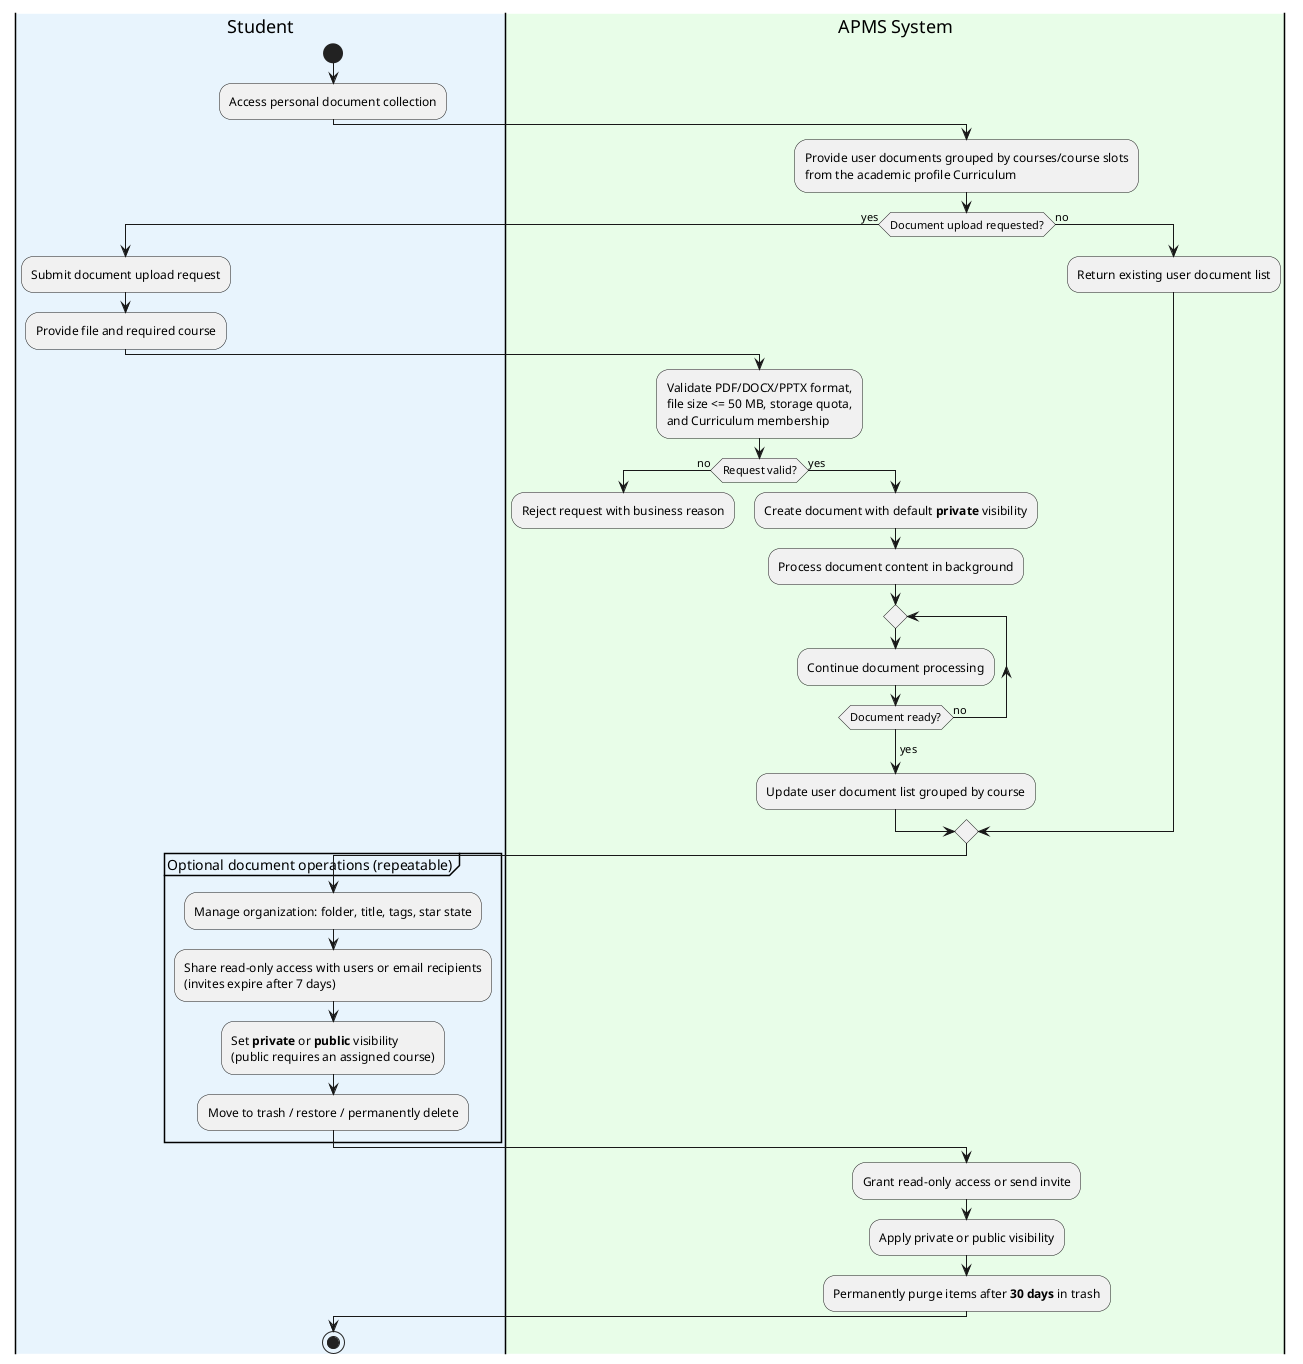
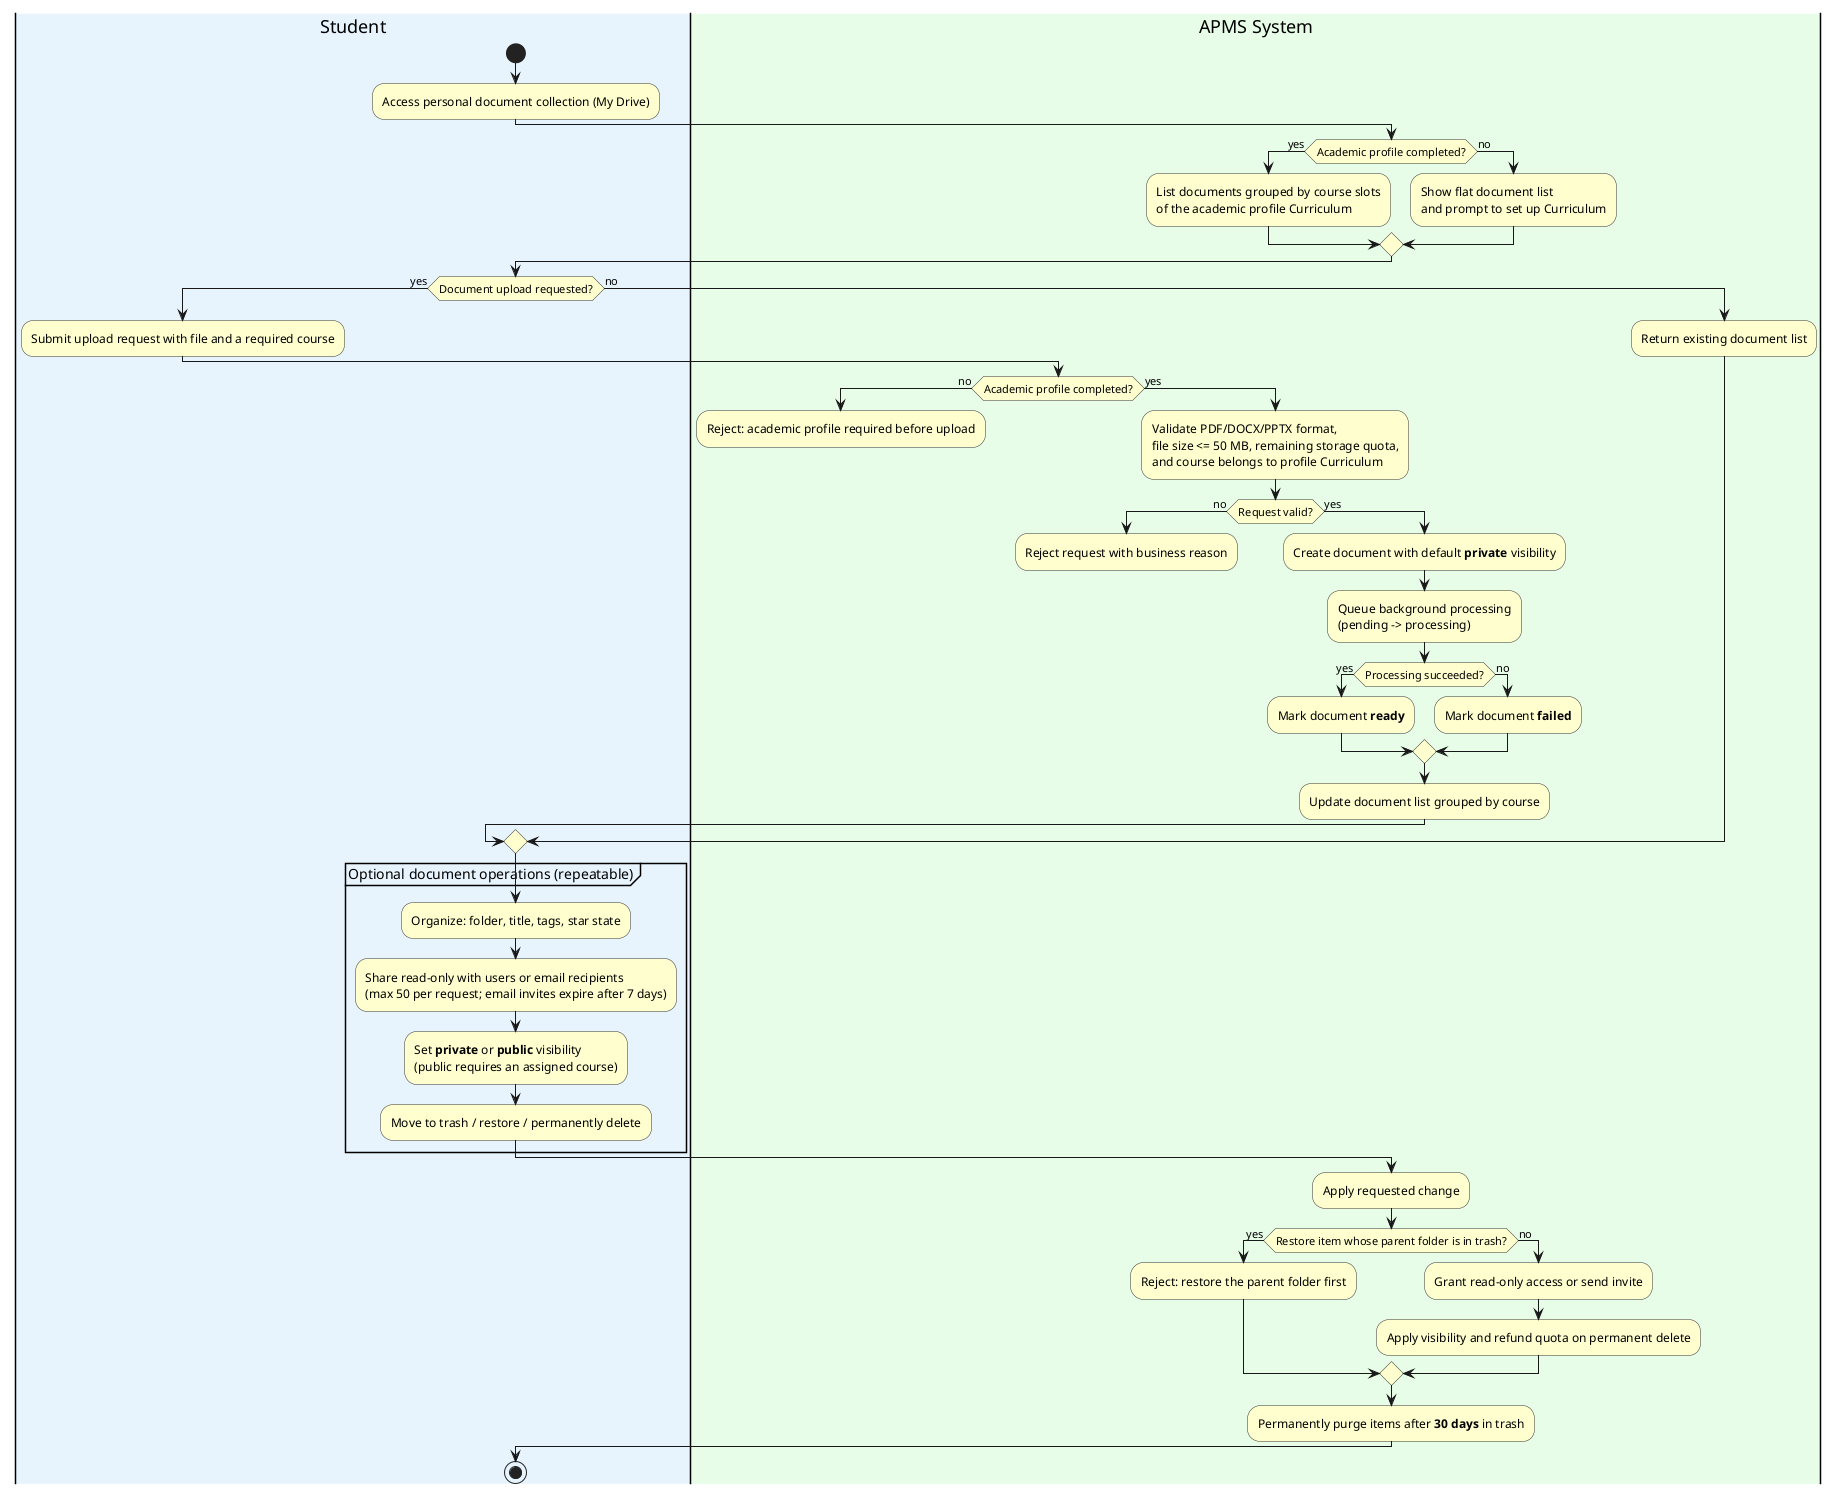
@startuml APMS_Activity2_LearningDocumentManagement
skinparam swimlane {
  WrapTitle false
}
+ skinparam activity {
+   BackgroundColor #FEFECE
+   BorderColor #333333
+ }

|#E8F4FD|Student|
start
- :Access personal document collection;
+ :Access personal document collection (My Drive);

|#E8FDE8|APMS System|
- :Provide user documents grouped by courses/course slots\nfrom the academic profile Curriculum;
+ if (Academic profile completed?) then (yes)
+   :List documents grouped by course slots\nof the academic profile Curriculum;
+ else (no)
+   :Show flat document list\nand prompt to set up Curriculum;
+ endif
+ 
+ |Student|
if (Document upload requested?) then (yes)
-   |Student|
-   :Submit document upload request;
-   :Provide file and required course;
+   :Submit upload request with file and a required course;
+ 
  |APMS System|
-   :Validate PDF/DOCX/PPTX format,\nfile size <= 50 MB, storage quota,\nand Curriculum membership;
-   if (Request valid?) then (no)
-     :Reject request with business reason;
+   if (Academic profile completed?) then (no)
+     :Reject: academic profile required before upload;
    detach
  else (yes)
-     :Create document with default **private** visibility;
-     :Process document content in background;
-     repeat
-       :Continue document processing;
-     repeat while (Document ready?) is (no)
-     ->yes;
-     :Update user document list grouped by course;
+     :Validate PDF/DOCX/PPTX format,\nfile size <= 50 MB, remaining storage quota,\nand course belongs to profile Curriculum;
+     if (Request valid?) then (no)
+       :Reject request with business reason;
+       detach
+     else (yes)
+       :Create document with default **private** visibility;
+       :Queue background processing\n(pending -> processing);
+       if (Processing succeeded?) then (yes)
+         :Mark document **ready**;
+       else (no)
+         :Mark document **failed**;
+       endif
+       :Update document list grouped by course;
+     endif
  endif
else (no)
-   :Return existing user document list;
+   :Return existing document list;
endif

|Student|
partition "Optional document operations (repeatable)" {
-   :Manage organization: folder, title, tags, star state;
-   :Share read-only access with users or email recipients\n(invites expire after 7 days);
+   :Organize: folder, title, tags, star state;
+   :Share read-only with users or email recipients\n(max 50 per request; email invites expire after 7 days);
  :Set **private** or **public** visibility\n(public requires an assigned course);
  :Move to trash / restore / permanently delete;
}

|APMS System|
- :Grant read-only access or send invite;
- :Apply private or public visibility;
+ :Apply requested change;
+ if (Restore item whose parent folder is in trash?) then (yes)
+   :Reject: restore the parent folder first;
+ else (no)
+   :Grant read-only access or send invite;
+   :Apply visibility and refund quota on permanent delete;
+ endif
:Permanently purge items after **30 days** in trash;

|Student|
stop

@enduml
